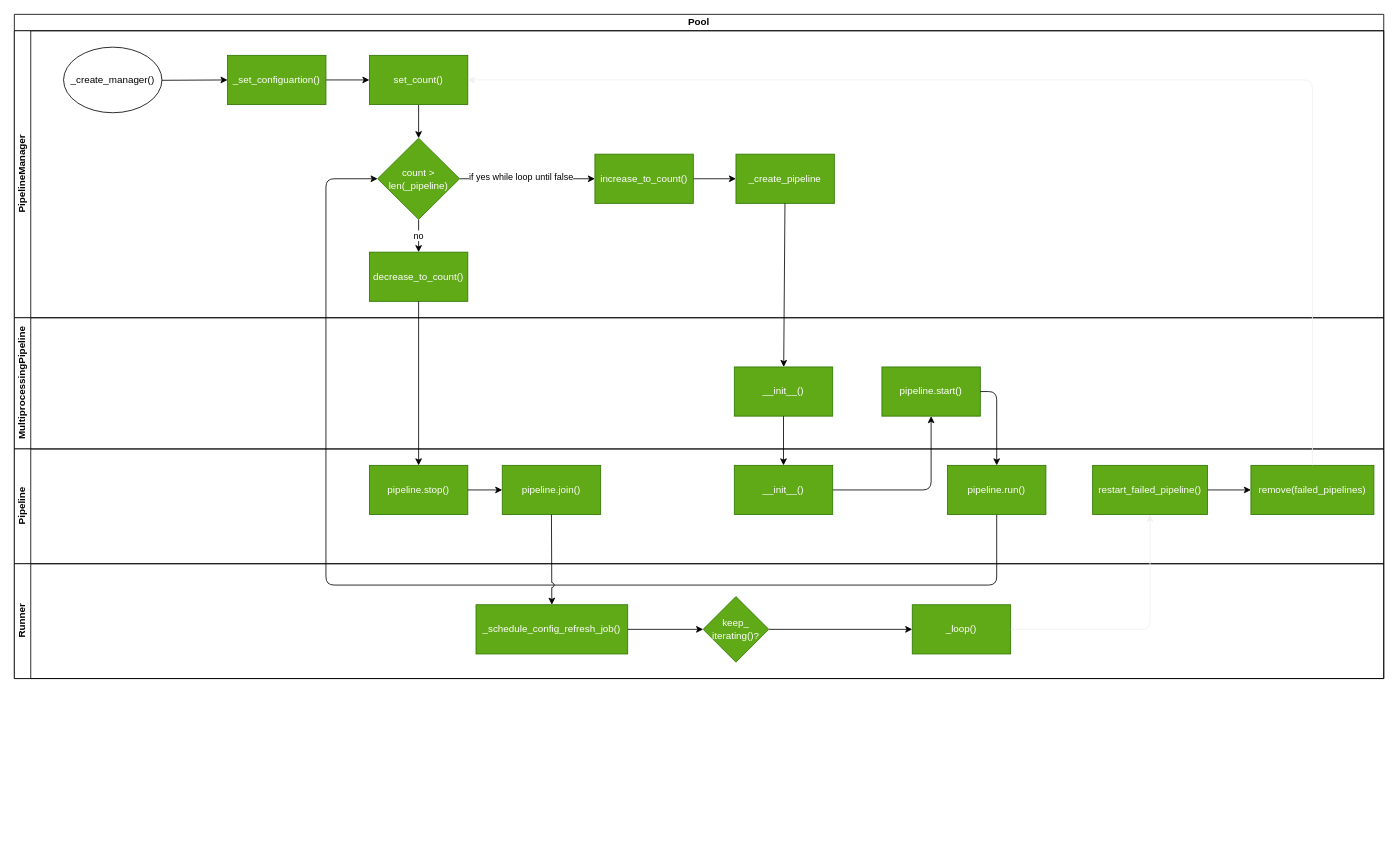
Earlier version of the draw.io diagram doc/source/development/architecture/diagramms/pipelineManager.drawio (fkie-cad/Logprep). Source tidied: cells renumbered, new cells numbered last; positions are measured from the earlier drawing's top-left corner, leaving out a move shared by most shapes. Both pictures are drawn from the tidied source at 82%, with x=0, y=0 at pixel (14, 14).
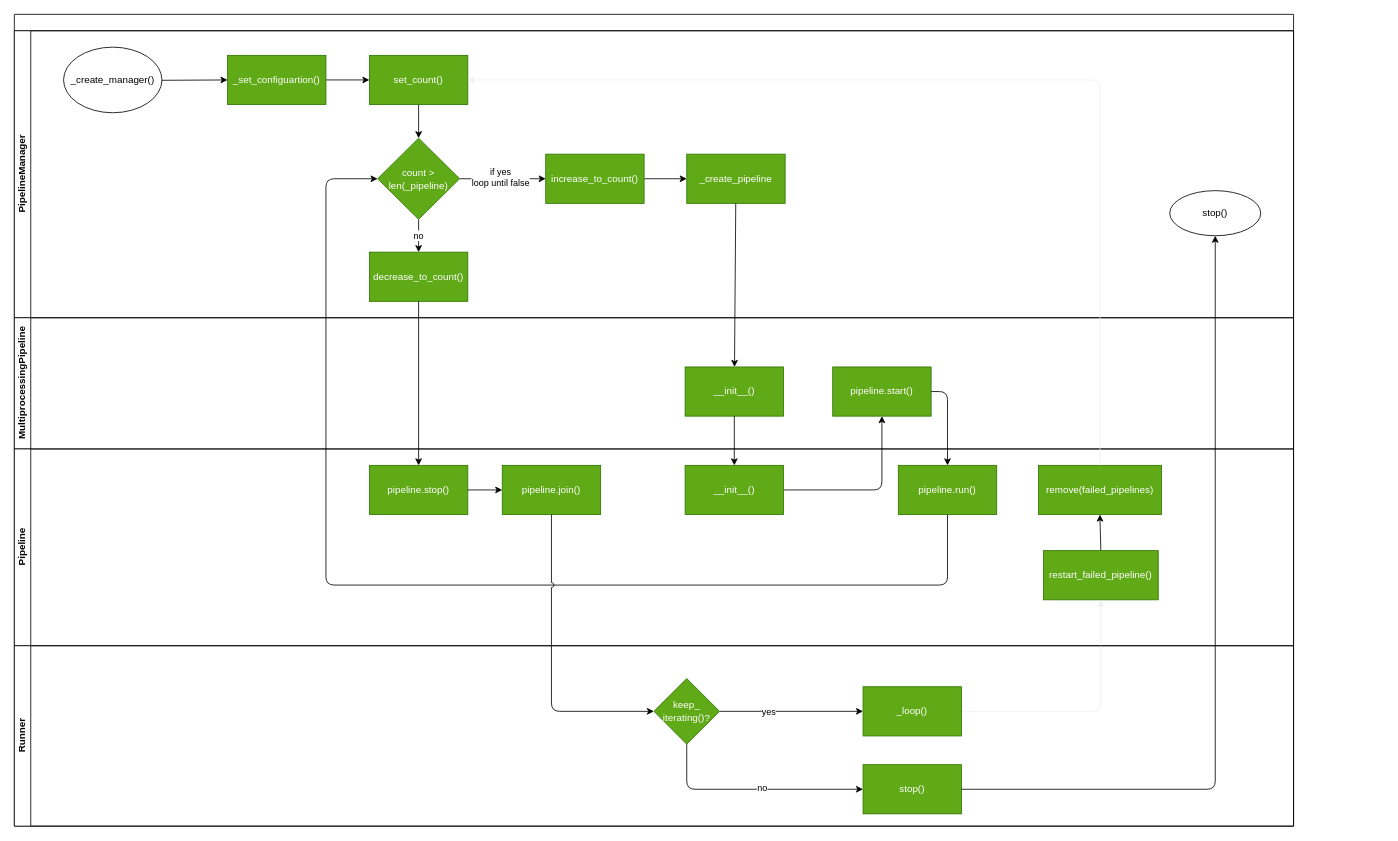
The same diagram, later.

The change refers to these unchanged cells:
```xml
<mxCell id="9" value="set_count()" style="whiteSpace=wrap;html=1;fillColor=#60a917;fontColor=#ffffff;strokeColor=#2D7600;" parent="3" vertex="1">
  <mxGeometry x="433" y="30" width="120" height="60" as="geometry" />
</mxCell>
<mxCell id="11" style="edgeStyle=none;html=1;" parent="3" edge="1" source="13" target="16">
  <mxGeometry relative="1" as="geometry" />
</mxCell>
<mxCell id="13" value="count &amp;gt; len(_pipeline)" style="rhombus;whiteSpace=wrap;html=1;fillColor=#60a917;fontColor=#ffffff;strokeColor=#2D7600;" parent="3" vertex="1">
  <mxGeometry x="443" y="131" width="100" height="99" as="geometry" />
</mxCell>
<mxCell id="28" value="pipeline.join()" style="whiteSpace=wrap;html=1;rounded=0;fillColor=#60a917;fontColor=#ffffff;strokeColor=#2D7600;" parent="27" vertex="1">
  <mxGeometry x="595" y="20" width="120" height="60" as="geometry" />
</mxCell>
```

What changed in the source:
```diff
@@
-    <mxCell id="2" value="Pool" style="swimlane;html=1;horizontal=1;startSize=20;whiteSpace=wrap;" parent="1" vertex="1">
-      <mxGeometry width="1670" height="810" as="geometry" />
+    <mxCell id="2" style="swimlane;html=1;horizontal=1;startSize=20;whiteSpace=wrap;" parent="1" vertex="1">
+      <mxGeometry width="1560" height="990" as="geometry" />
     </mxCell>
     <mxCell id="3" value="PipelineManager" style="swimlane;html=1;startSize=20;horizontal=0;" parent="2" vertex="1">
-      <mxGeometry y="20" width="1670" height="350" as="geometry" />
+      <mxGeometry y="20" width="1560" height="350" as="geometry" />
     </mxCell>
@@
-    <mxCell id="12" value="if yes while loop until false" style="edgeLabel;html=1;align=center;verticalAlign=middle;" parent="11" vertex="1">
+    <mxCell id="12" value="if yes &lt;br&gt;loop until false" style="edgeLabel;html=1;align=center;verticalAlign=middle;" parent="11" vertex="1">
       <mxGeometry x="-0.28" y="2" relative="1" as="geometry">
-        <mxPoint x="15" as="offset" />
+        <mxPoint x="11" as="offset" />
       </mxGeometry>
     </mxCell>
@@
     <mxCell id="16" value="increase_to_count()" style="whiteSpace=wrap;html=1;fillColor=#60a917;fontColor=#ffffff;strokeColor=#2D7600;" parent="3" vertex="1">
-      <mxGeometry x="708" y="150.5" width="120" height="60" as="geometry" />
+      <mxGeometry x="648" y="150.5" width="120" height="60" as="geometry" />
     </mxCell>
     <mxCell id="17" value="_create_pipeline" style="whiteSpace=wrap;html=1;fillColor=#60a917;fontColor=#ffffff;strokeColor=#2D7600;" parent="3" vertex="1">
-      <mxGeometry x="880" y="150.5" width="120" height="60" as="geometry" />
+      <mxGeometry x="820" y="150.5" width="120" height="60" as="geometry" />
     </mxCell>
+    <mxCell id="45" value="stop()" style="ellipse;whiteSpace=wrap;html=1;" parent="3" vertex="1">
+      <mxGeometry x="1409" y="195" width="111" height="55" as="geometry" />
+    </mxCell>
     <mxCell id="18" value="MultiprocessingPipeline" style="swimlane;html=1;startSize=20;horizontal=0;" parent="2" vertex="1">
-      <mxGeometry y="370" width="1670" height="160" as="geometry" />
+      <mxGeometry y="370" width="1560" height="160" as="geometry" />
     </mxCell>
     <mxCell id="19" value="__init__()" style="whiteSpace=wrap;html=1;fillColor=#60a917;fontColor=#ffffff;strokeColor=#2D7600;" parent="18" vertex="1">
-      <mxGeometry x="878" y="60" width="120" height="60" as="geometry" />
+      <mxGeometry x="818" y="60" width="120" height="60" as="geometry" />
     </mxCell>
     <mxCell id="20" value="pipeline.start()" style="whiteSpace=wrap;html=1;fillColor=#60a917;fontColor=#ffffff;strokeColor=#2D7600;" parent="18" vertex="1">
-      <mxGeometry x="1058" y="60" width="120" height="60" as="geometry" />
+      <mxGeometry x="998" y="60" width="120" height="60" as="geometry" />
     </mxCell>
@@
     <mxCell id="25" style="edgeStyle=orthogonalEdgeStyle;html=1;entryX=0.5;entryY=0;entryDx=0;entryDy=0;exitX=1;exitY=0.5;exitDx=0;exitDy=0;" parent="2" edge="1" source="20" target="32">
       <mxGeometry relative="1" as="geometry">
         <Array as="points">
-          <mxPoint x="1198" y="460" />
+          <mxPoint x="1138" y="460" />
         </Array>
       </mxGeometry>
     </mxCell>
     <mxCell id="26" style="edgeStyle=orthogonalEdgeStyle;html=1;entryX=0;entryY=0.5;entryDx=0;entryDy=0;exitX=0.5;exitY=1;exitDx=0;exitDy=0;" parent="2" edge="1" source="32" target="13">
       <mxGeometry relative="1" as="geometry">
         <Array as="points">
-          <mxPoint x="1198" y="696" />
+          <mxPoint x="1138" y="696" />
           <mxPoint x="380" y="696" />
-          <mxPoint x="380" y="200" />
+          <mxPoint x="380" y="201" />
         </Array>
       </mxGeometry>
     </mxCell>
     <mxCell id="27" value="Pipeline" style="swimlane;html=1;startSize=20;horizontal=0;" parent="2" vertex="1">
-      <mxGeometry y="530" width="1670" height="140" as="geometry" />
+      <mxGeometry y="530" width="1560" height="240" as="geometry" />
     </mxCell>
@@
     <mxCell id="31" value="__init__()" style="whiteSpace=wrap;html=1;fillColor=#60a917;fontColor=#ffffff;strokeColor=#2D7600;" parent="27" vertex="1">
-      <mxGeometry x="878" y="20" width="120" height="60" as="geometry" />
+      <mxGeometry x="818" y="20" width="120" height="60" as="geometry" />
     </mxCell>
     <mxCell id="32" value="pipeline.run()" style="whiteSpace=wrap;html=1;fillColor=#60a917;fontColor=#ffffff;strokeColor=#2D7600;" parent="27" vertex="1">
-      <mxGeometry x="1138" y="20" width="120" height="60" as="geometry" />
+      <mxGeometry x="1078" y="20" width="120" height="60" as="geometry" />
     </mxCell>
@@
     <mxCell id="34" value="restart_failed_pipeline()" style="whiteSpace=wrap;html=1;rounded=0;fillColor=#60a917;fontColor=#ffffff;strokeColor=#2D7600;" parent="27" vertex="1">
-      <mxGeometry x="1315" y="20" width="140" height="60" as="geometry" />
+      <mxGeometry x="1255" y="124" width="140" height="60" as="geometry" />
     </mxCell>
     <mxCell id="35" value="remove(failed_pipelines)" style="whiteSpace=wrap;html=1;rounded=0;fillColor=#60a917;fontColor=#ffffff;strokeColor=#2D7600;" parent="27" vertex="1">
-      <mxGeometry x="1508" y="20" width="150" height="60" as="geometry" />
+      <mxGeometry x="1249" y="20" width="150" height="60" as="geometry" />
     </mxCell>
-    <mxCell id="36" value="Runner" style="swimlane;html=1;startSize=20;horizontal=0;" parent="2" vertex="1">
-      <mxGeometry y="670" width="1670" height="140" as="geometry" />
-    </mxCell>
-    <mxCell id="37" style="edgeStyle=orthogonalEdgeStyle;jumpStyle=arc;html=1;" parent="36" edge="1" source="38" target="39">
-      <mxGeometry relative="1" as="geometry" />
-    </mxCell>
-    <mxCell id="38" value="keep_&lt;br&gt;iterating()?" style="rhombus;whiteSpace=wrap;html=1;rounded=0;fillColor=#60a917;fontColor=#ffffff;strokeColor=#2D7600;" parent="36" vertex="1">
-      <mxGeometry x="840" y="40" width="80" height="80" as="geometry" />
-    </mxCell>
-    <mxCell id="39" value="_loop()" style="whiteSpace=wrap;html=1;rounded=0;fillColor=#60a917;fontColor=#ffffff;strokeColor=#2D7600;" parent="36" vertex="1">
-      <mxGeometry x="1095" y="50" width="120" height="60" as="geometry" />
-    </mxCell>
@@
     <mxCell id="41" style="edgeStyle=orthogonalEdgeStyle;jumpStyle=arc;html=1;entryX=1;entryY=0.5;entryDx=0;entryDy=0;fillColor=#60a917;strokeColor=#F0F0F0;exitX=0.5;exitY=0;exitDx=0;exitDy=0;" parent="2" edge="1" source="35" target="9">
       <mxGeometry relative="1" as="geometry">
         <Array as="points">
-          <mxPoint x="1583" y="80" />
+          <mxPoint x="1324" y="80" />
         </Array>
       </mxGeometry>
     </mxCell>
-    <mxCell id="42" style="edgeStyle=orthogonalEdgeStyle;html=1;jumpStyle=arc;" parent="1" edge="1" source="28" target="44">
+    <mxCell id="42" style="edgeStyle=orthogonalEdgeStyle;html=1;jumpStyle=arc;entryX=0;entryY=0.5;entryDx=0;entryDy=0;exitX=0.5;exitY=1;exitDx=0;exitDy=0;" parent="2" edge="1" source="28" target="38">
       <mxGeometry relative="1" as="geometry" />
     </mxCell>
-    <mxCell id="43" style="edgeStyle=orthogonalEdgeStyle;jumpStyle=arc;html=1;" parent="1" edge="1" source="44" target="38">
-      <mxGeometry relative="1" as="geometry" />
-    </mxCell>
-    <mxCell id="44" value="_schedule_config_refresh_job()" style="rounded=0;whiteSpace=wrap;html=1;fillColor=#60a917;fontColor=#ffffff;strokeColor=#2D7600;" parent="1" vertex="1">
-      <mxGeometry x="563" y="720" width="185" height="60" as="geometry" />
-    </mxCell>
+    <mxCell id="36" value="Runner" style="swimlane;html=1;startSize=20;horizontal=0;" parent="2" vertex="1">
+      <mxGeometry y="770" width="1560" height="220" as="geometry" />
+    </mxCell>
+    <mxCell id="37" style="edgeStyle=orthogonalEdgeStyle;jumpStyle=arc;html=1;" parent="36" edge="1" source="38" target="39">
+      <mxGeometry relative="1" as="geometry" />
+    </mxCell>
+    <mxCell id="46" value="yes" style="edgeLabel;html=1;align=center;verticalAlign=middle;" parent="37" vertex="1">
+      <mxGeometry x="-0.33" relative="1" as="geometry" />
+    </mxCell>
+    <mxCell id="47" style="edgeStyle=orthogonalEdgeStyle;html=1;entryX=0;entryY=0.5;entryDx=0;entryDy=0;exitX=0.5;exitY=1;exitDx=0;exitDy=0;" parent="36" edge="1" source="38" target="49">
+      <mxGeometry relative="1" as="geometry" />
+    </mxCell>
+    <mxCell id="48" value="no" style="edgeLabel;html=1;align=center;verticalAlign=middle;" parent="47" vertex="1">
+      <mxGeometry x="0.08" y="2" relative="1" as="geometry" />
+    </mxCell>
+    <mxCell id="38" value="keep_&lt;br&gt;iterating()?" style="rhombus;whiteSpace=wrap;html=1;rounded=0;fillColor=#60a917;fontColor=#ffffff;strokeColor=#2D7600;" parent="36" vertex="1">
+      <mxGeometry x="780" y="40" width="80" height="80" as="geometry" />
+    </mxCell>
+    <mxCell id="39" value="_loop()" style="whiteSpace=wrap;html=1;rounded=0;fillColor=#60a917;fontColor=#ffffff;strokeColor=#2D7600;" parent="36" vertex="1">
+      <mxGeometry x="1035" y="50" width="120" height="60" as="geometry" />
+    </mxCell>
+    <mxCell id="49" value="stop()" style="whiteSpace=wrap;html=1;fillColor=#60a917;strokeColor=#2D7600;fontColor=#ffffff;rounded=0;" parent="36" vertex="1">
+      <mxGeometry x="1035" y="145" width="120" height="60" as="geometry" />
+    </mxCell>
+    <mxCell id="50" style="edgeStyle=orthogonalEdgeStyle;html=1;exitX=1;exitY=0.5;exitDx=0;exitDy=0;entryX=0.5;entryY=1;entryDx=0;entryDy=0;" parent="2" edge="1" source="49" target="45">
+      <mxGeometry relative="1" as="geometry" />
+    </mxCell>
```
